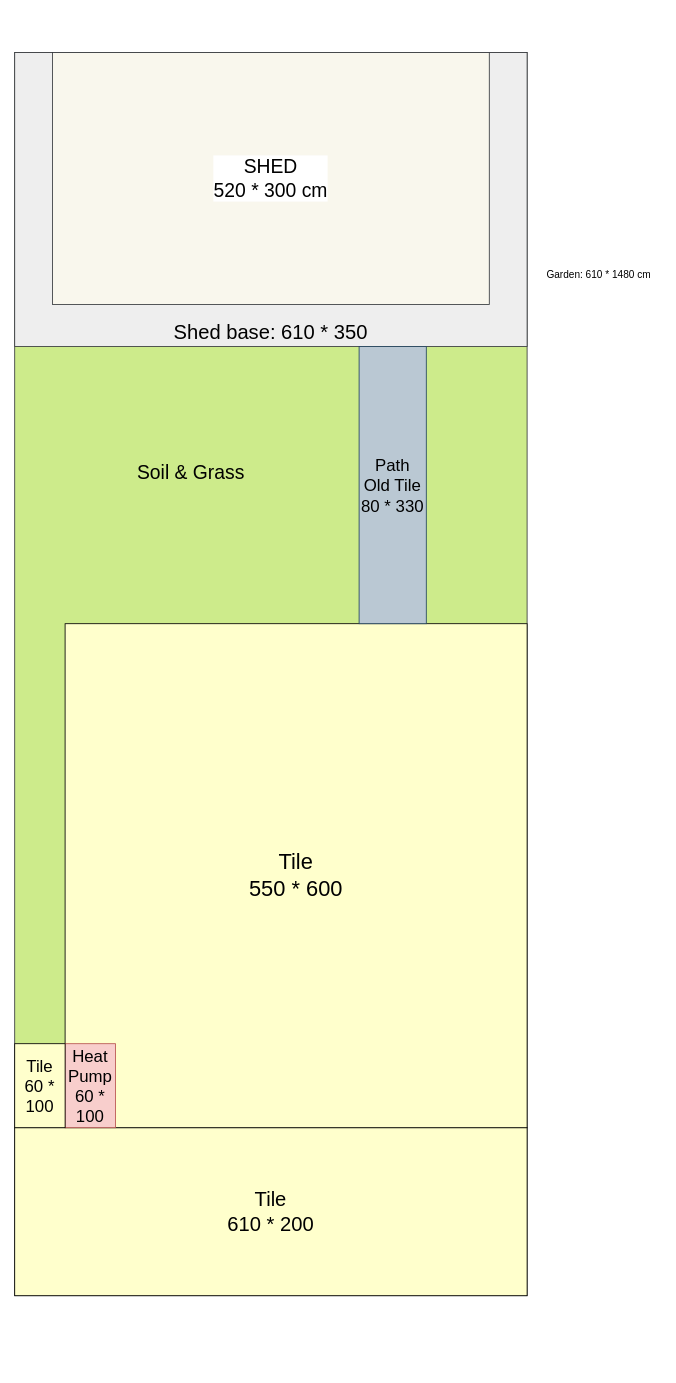
Before: Garden.drawio in Albert-W/Draw_io, a draw.io diagram. Source tidied: cells renumbered, new cells numbered last; positions are measured from the earlier drawing's top-left corner, leaving out a move shared by most shapes. Both pictures are drawn from the tidied source at 84%, with x=0, y=0 at pixel (14, 52).
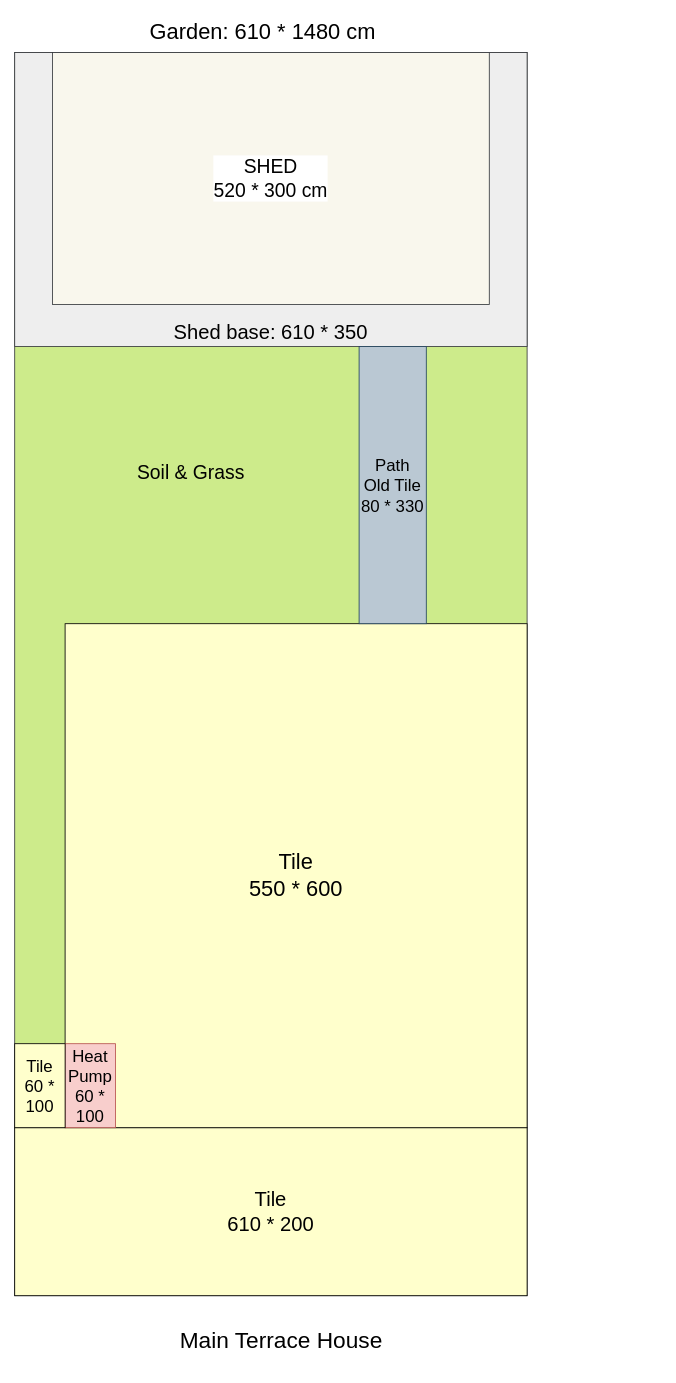
Above is the later version.

The edit, as a diff of the source:
```diff
@@
 <mxGraphModel>
   <root>
     <mxCell id="0" />
     <mxCell id="1" parent="0" />
     <mxCell id="2" style="rounded=0;whiteSpace=wrap;html=1;fillColor=#cdeb8b;strokeColor=#36393d;" parent="1" vertex="1">
       <mxGeometry width="610" height="1480" as="geometry" />
     </mxCell>
     <mxCell id="3" value="&lt;font style=&quot;font-size: 24px;&quot;&gt;Tile&lt;/font&gt;&lt;div&gt;&lt;span style=&quot;font-size: 24px;&quot;&gt;610 * 200&lt;/span&gt;&lt;/div&gt;" style="rounded=0;whiteSpace=wrap;html=1;fontSize=20;fillColor=#FFFFCC;" parent="1" vertex="1">
       <mxGeometry y="1280" width="610" height="200" as="geometry" />
     </mxCell>
     <mxCell id="4" value="Tile&lt;div&gt;550 * 600&lt;/div&gt;" style="rounded=0;whiteSpace=wrap;html=1;fontSize=26;gradientColor=none;fillStyle=auto;fillColor=#FFFFCC;" parent="1" vertex="1">
       <mxGeometry x="60" y="680" width="550" height="600" as="geometry" />
     </mxCell>
     <mxCell id="5" value="Heat&lt;div style=&quot;font-size: 20px;&quot;&gt;Pump&lt;/div&gt;&lt;div style=&quot;font-size: 20px;&quot;&gt;60 * 100&lt;/div&gt;" style="rounded=0;whiteSpace=wrap;html=1;fillColor=#f8cecc;strokeColor=#b85450;fontSize=20;" parent="1" vertex="1">
       <mxGeometry x="60" y="1180" width="60" height="100" as="geometry" />
     </mxCell>
-    <mxCell id="6" value="Garden: 610 * 1480 cm" style="text;html=1;align=center;verticalAlign=middle;strokeColor=none;fillColor=none;" parent="1" vertex="1">
-      <mxGeometry x="620" y="250" width="150" height="30" as="geometry" />
+    <mxCell id="6" value="Garden: 610 * 1480 cm" style="text;html=1;align=center;verticalAlign=middle;strokeColor=none;fillColor=none;fontSize=26;" parent="1" vertex="1">
+      <mxGeometry x="150" y="-45" width="290" height="40" as="geometry" />
     </mxCell>
     <mxCell id="7" value="Shed base: 610 * 350" style="rounded=0;whiteSpace=wrap;html=1;verticalAlign=bottom;fontSize=24;fillColor=#eeeeee;strokeColor=#36393d;" parent="1" vertex="1">
       <mxGeometry width="610" height="350" as="geometry" />
     </mxCell>
     <mxCell id="8" value="SHED&lt;div&gt;520 * 300 cm&lt;/div&gt;" style="rounded=0;whiteSpace=wrap;html=1;fontSize=23;labelBackgroundColor=default;fillColor=#f9f7ed;strokeColor=#36393d;" parent="1" vertex="1">
       <mxGeometry x="45" width="520" height="300" as="geometry" />
     </mxCell>
     <mxCell id="9" value="Tile&lt;div&gt;60 * 100&lt;/div&gt;" style="rounded=0;whiteSpace=wrap;html=1;fontSize=20;fillColor=#FFFFCC;" parent="1" vertex="1">
       <mxGeometry y="1180" width="60" height="100" as="geometry" />
     </mxCell>
     <mxCell id="10" value="Path&lt;div style=&quot;font-size: 20px;&quot;&gt;Old Tile&lt;/div&gt;&lt;div style=&quot;font-size: 20px;&quot;&gt;80 * 330&lt;/div&gt;" style="rounded=0;whiteSpace=wrap;html=1;fontSize=20;fillColor=#bac8d3;strokeColor=#23445d;" parent="1" vertex="1">
       <mxGeometry x="410" y="350" width="80" height="330" as="geometry" />
     </mxCell>
     <mxCell id="11" value="Soil &amp;amp; Grass" style="text;html=1;align=center;verticalAlign=middle;whiteSpace=wrap;rounded=0;fontSize=23;" parent="1" vertex="1">
       <mxGeometry x="100" y="460" width="220" height="80" as="geometry" />
     </mxCell>
+    <mxCell id="12" value="Main Terrace House" style="text;html=1;align=center;verticalAlign=middle;whiteSpace=wrap;rounded=0;fontSize=27;" parent="1" vertex="1">
+      <mxGeometry x="190" y="1500" width="255" height="67" as="geometry" />
+    </mxCell>
   </root>
 </mxGraphModel>
```
